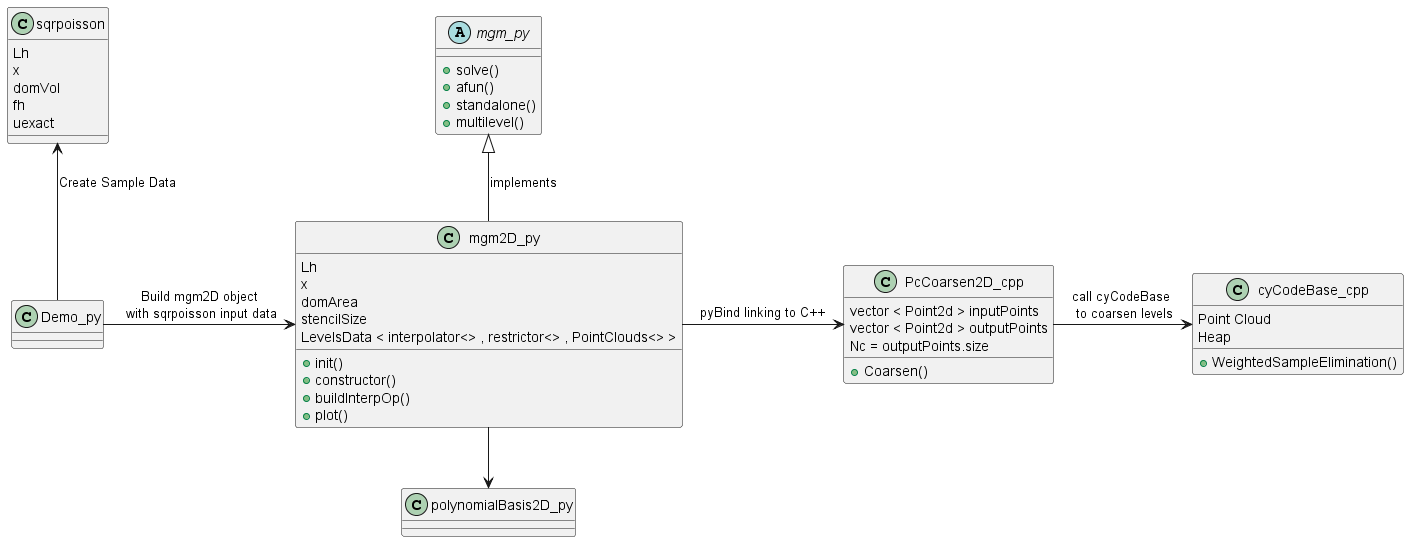
Earlier version of the PlantUML export docs/pyMGMClassDiagram.png (cs481-ekh/s24-meshers). The source it was exported from:
```plantuml
@startuml

abstract class mgm_py {
    +solve()
    +afun()
	+standalone()
	+multilevel()
}

class mgm2D_py {
	Lh
	x
	domArea
	stencilSize
	LevelsData < interpolator<> , restrictor<> , PointClouds<> >
    +init()
	+constructor()
	+buildInterpOp()
	+plot()
}

class sqrpoisson {
	Lh
	x
	domVol
	fh
	uexact
}

class Demo_py {

}



class PcCoarsen2D_cpp {
	vector < Point2d > inputPoints
	vector < Point2d > outputPoints
	Nc = outputPoints.size

	+Coarsen()
}



class cyCodeBase_cpp {
	Point Cloud
	Heap
	+WeightedSampleElimination()


}


class polynomialBasis2D_py {

}



Demo_py -u-> sqrpoisson  : Create Sample Data
Demo_py -r-> mgm2D_py : Build mgm2D object\n with sqrpoisson input data
mgm2D_py -u-|> mgm_py : implements
mgm2D_py  -r-> PcCoarsen2D_cpp : pyBind linking to C++
PcCoarsen2D_cpp -r-> cyCodeBase_cpp : call cyCodeBase \n to coarsen levels
mgm2D_py --> polynomialBasis2D_py





@enduml
```
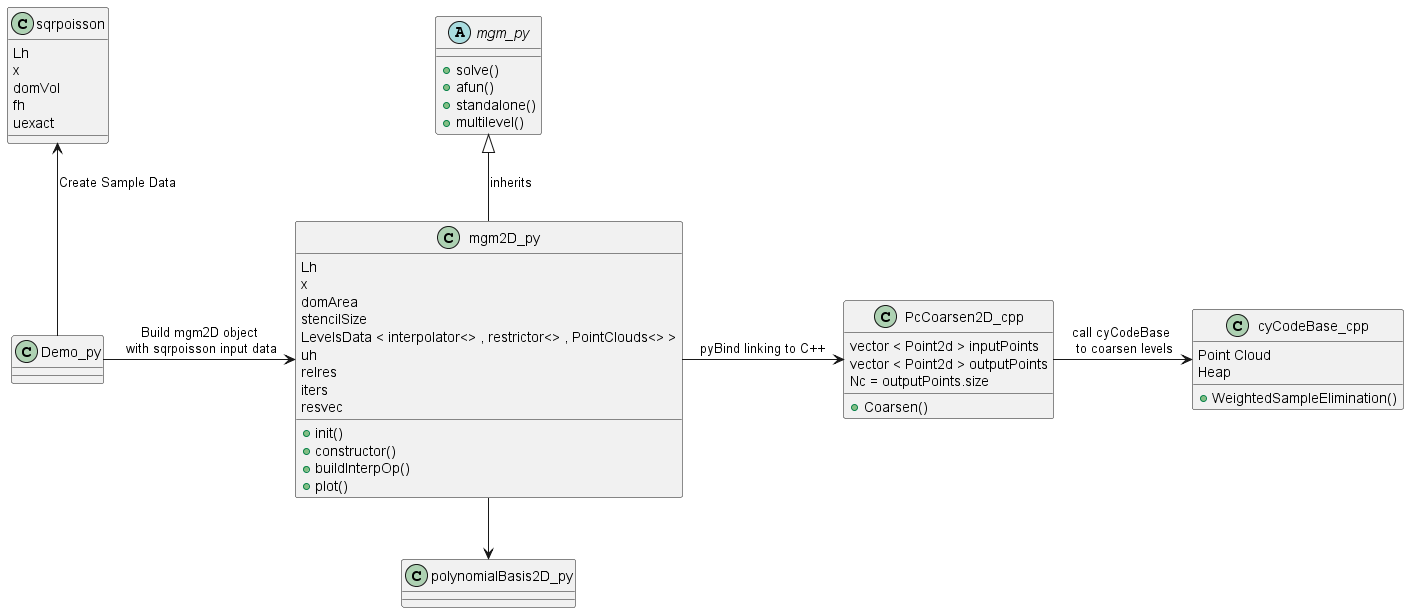
The same file after the commit.

Commit message:
add returned data in mgm2D

The edit, as a diff of the source:
```diff
@@ -13,6 +13,10 @@
 	domArea
 	stencilSize
 	LevelsData < interpolator<> , restrictor<> , PointClouds<> >
+	uh
+	relres
+	iters
+	resvec
     +init()
 	+constructor()
 	+buildInterpOp()
@@ -60,7 +64,7 @@
 
 Demo_py -u-> sqrpoisson  : Create Sample Data
 Demo_py -r-> mgm2D_py : Build mgm2D object\n with sqrpoisson input data
-mgm2D_py -u-|> mgm_py : implements
+mgm2D_py -u-|> mgm_py : inherits
 mgm2D_py  -r-> PcCoarsen2D_cpp : pyBind linking to C++
 PcCoarsen2D_cpp -r-> cyCodeBase_cpp : call cyCodeBase \n to coarsen levels
 mgm2D_py --> polynomialBasis2D_py
```
